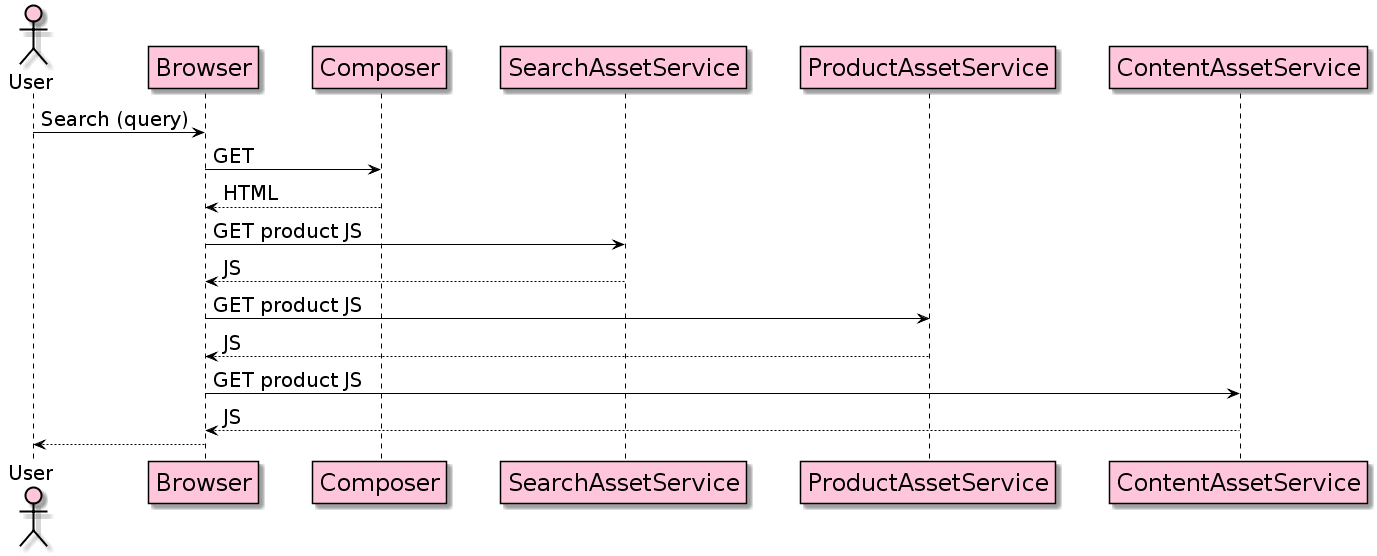
The PlantUML diagram _doc/sequence_1.png in denise-schaefer/micro-frontends, before a commit.
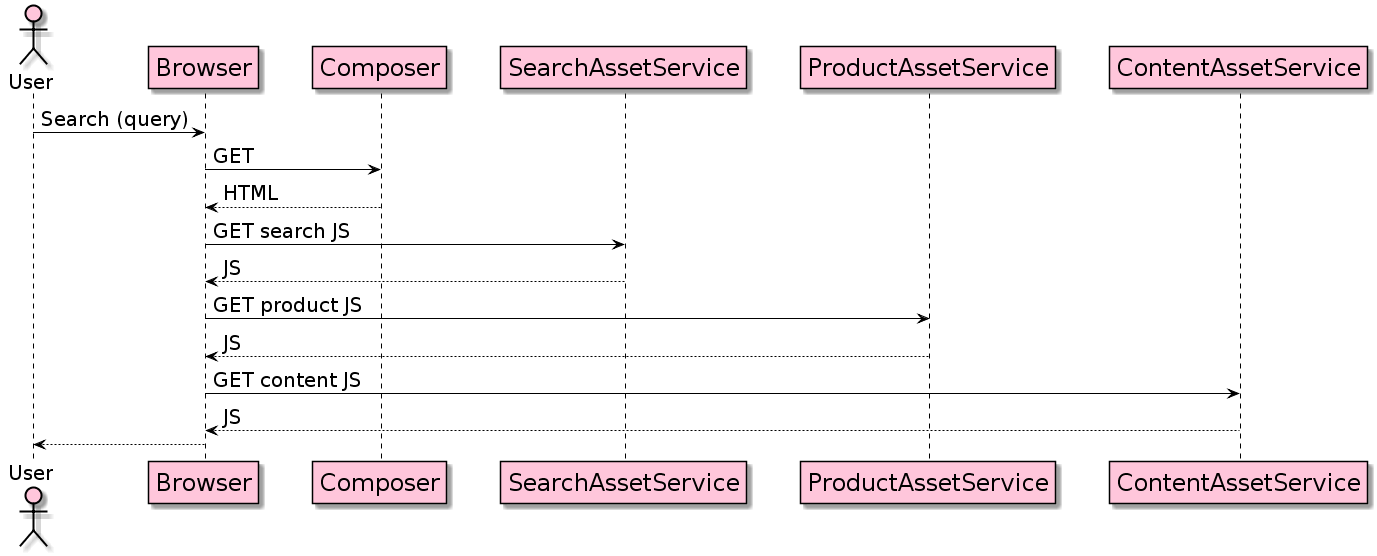
Later version of the same file.

What changed in the source:
```diff
@@ -21,11 +21,11 @@
 User -> Browser : Search (query)
 Browser -> Composer: GET
 Browser <-- Composer: HTML
-Browser -> SearchAssetService: GET product JS
+Browser -> SearchAssetService: GET search JS
 Browser <-- SearchAssetService: JS
 Browser -> ProductAssetService: GET product JS
 Browser <-- ProductAssetService: JS
-Browser -> ContentAssetService: GET product JS
+Browser -> ContentAssetService: GET content JS
 Browser <-- ContentAssetService: JS
 User <-- Browser
 @enduml
```
